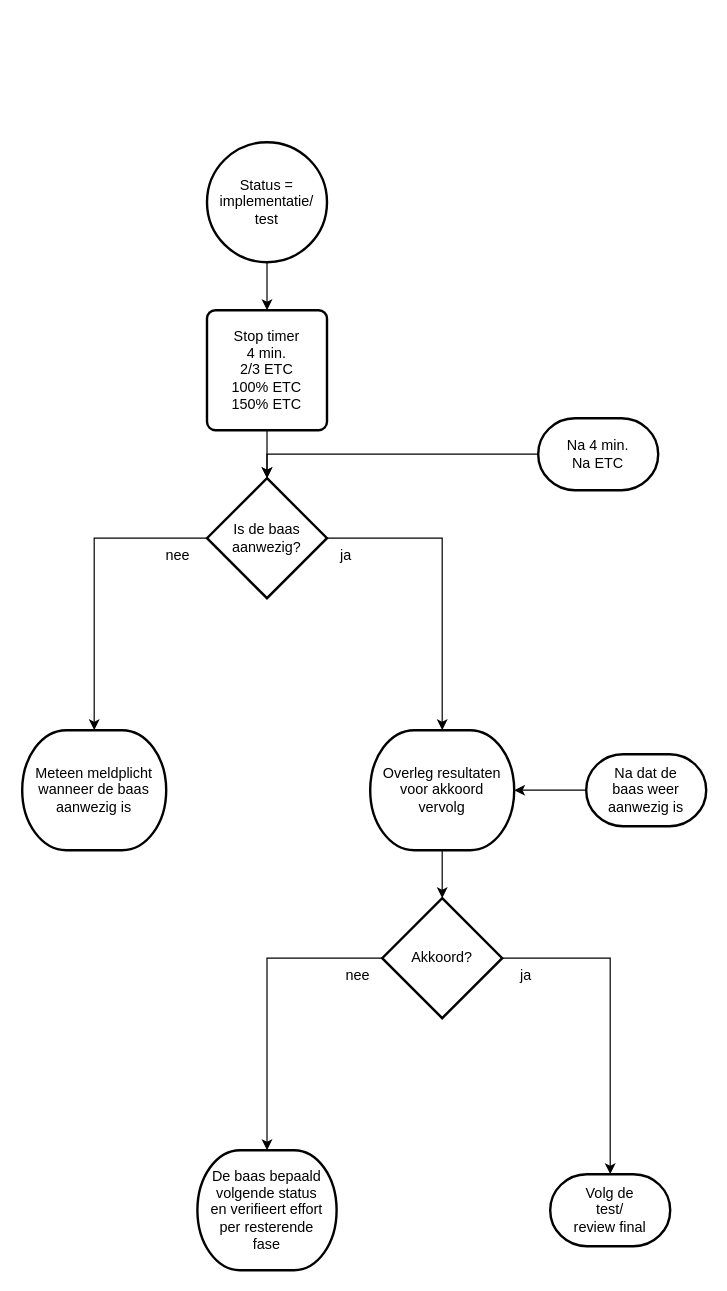
Earlier version of the draw.io diagram 9 Issue Tracker meldplicht.drawio (Zaibatsu89/IssueTracker). Source tidied: cells renumbered, new cells numbered last; positions are measured from the earlier drawing's top-left corner, leaving out a move shared by most shapes. Both pictures are drawn from the tidied source at 120%, with x=0, y=0 at pixel (22, 142).
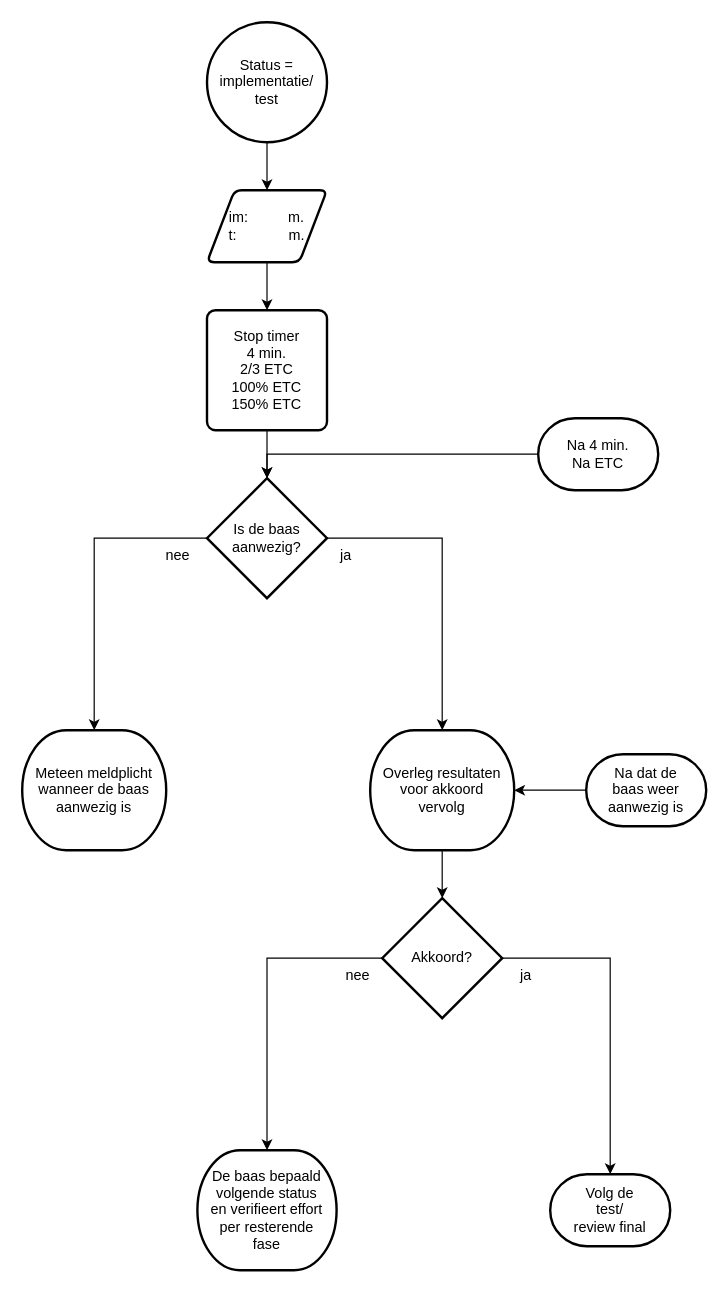
After the change.

Unchanged cells that the change refers to:
```xml
<mxCell id="5" value="Stop timer&lt;br&gt;4 min.&lt;div&gt;2/3 ETC&lt;br&gt;100% ETC&lt;br&gt;150% ETC&lt;/div&gt;" style="rounded=1;whiteSpace=wrap;html=1;absoluteArcSize=1;arcSize=14;strokeWidth=2;" parent="1" vertex="1">
  <mxGeometry x="154" y="140" width="100" height="100" as="geometry" />
</mxCell>
```

What changed in the source:
```diff
@@
-    <mxCell id="2" style="edgeStyle=orthogonalEdgeStyle;rounded=0;jettySize=auto;html=1;" parent="1" edge="1" source="3" target="5">
-      <mxGeometry relative="1" as="geometry" />
-    </mxCell>
+    <mxCell id="25" style="edgeStyle=orthogonalEdgeStyle;rounded=0;jettySize=auto;html=1;" parent="1" edge="1" source="3" target="27">
+      <mxGeometry relative="1" as="geometry" />
+    </mxCell>
     <mxCell id="3" value="Status =&lt;br&gt;implementatie/&lt;br&gt;test" style="strokeWidth=2;html=1;shape=mxgraph.flowchart.start_2;whiteSpace=wrap;" parent="1" vertex="1">
-      <mxGeometry x="154" width="100" height="100" as="geometry" />
+      <mxGeometry x="154" y="-100" width="100" height="100" as="geometry" />
     </mxCell>
@@
+    <mxCell id="26" style="edgeStyle=orthogonalEdgeStyle;rounded=0;jettySize=auto;html=1;" parent="1" edge="1" source="27" target="5">
+      <mxGeometry relative="1" as="geometry" />
+    </mxCell>
+    <mxCell id="27" value="im:&amp;nbsp; &amp;nbsp; &amp;nbsp; &amp;nbsp; &amp;nbsp; m.&lt;br&gt;t:&amp;nbsp; &amp;nbsp; &amp;nbsp; &amp;nbsp; &amp;nbsp; &amp;nbsp; &amp;nbsp;m." style="shape=parallelogram;html=1;strokeWidth=2;perimeter=parallelogramPerimeter;whiteSpace=wrap;rounded=1;arcSize=12;size=0.23;" parent="1" vertex="1">
+      <mxGeometry x="154" y="40" width="100" height="60" as="geometry" />
+    </mxCell>
```
